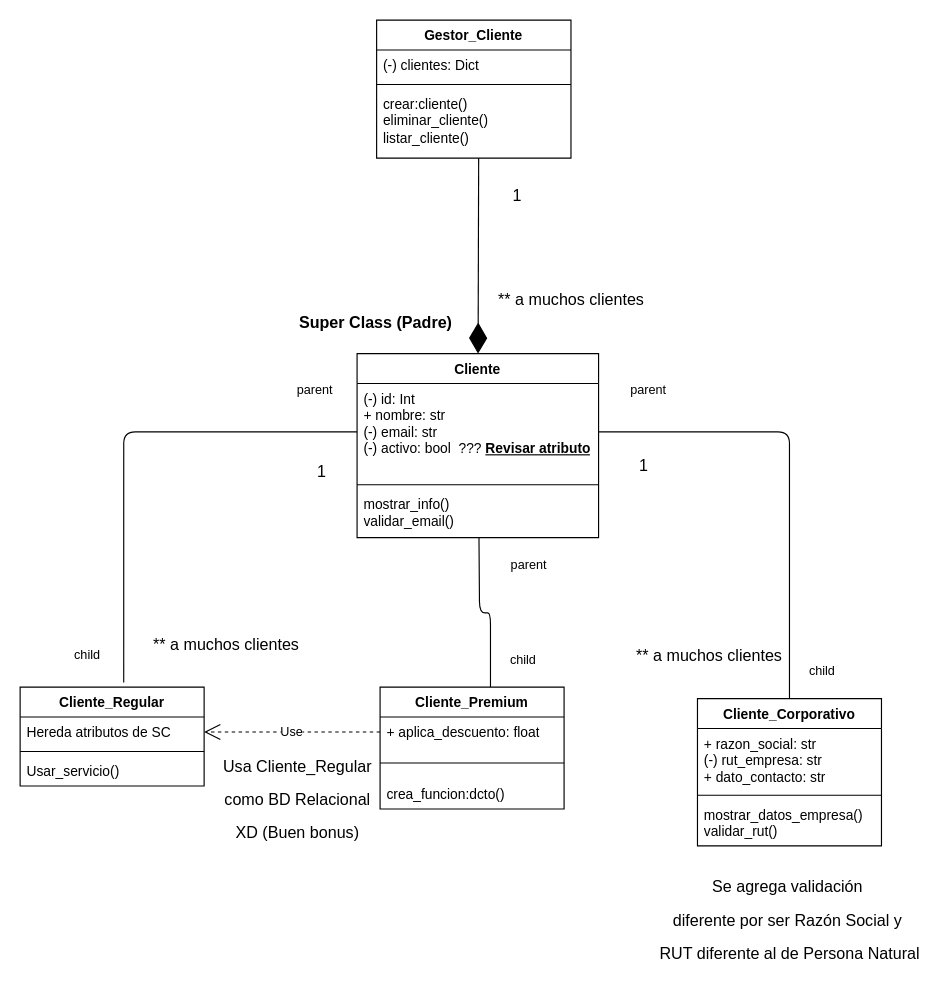
Auditor2003/Proyecto_Modulo_4_ABP keeps this draw.io diagram as UML_ABP_4.drawio. Above is the earlier version. Source tidied: cells renumbered, new cells numbered last; positions are measured from the earlier drawing's top-left corner, leaving out a move shared by most shapes. Both pictures are drawn from the tidied source at 115%, with x=0, y=0 at pixel (20, 20).
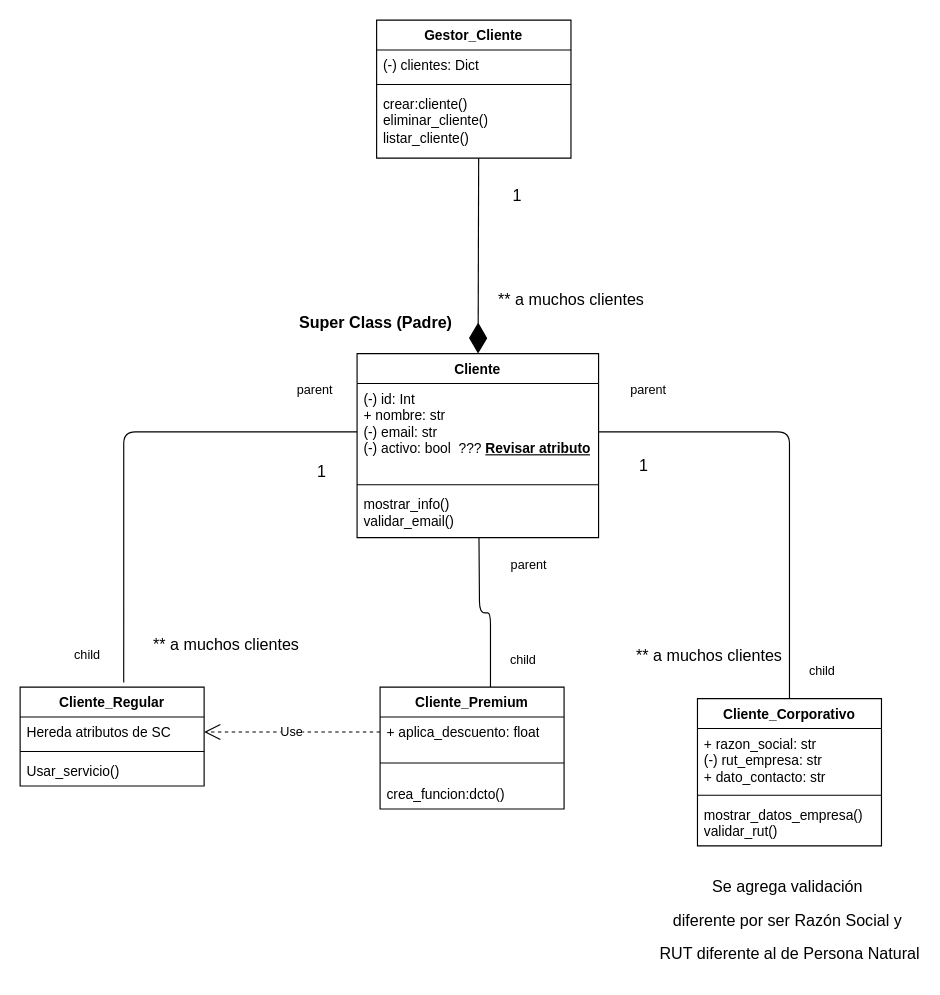
After the change.

Commit message:
Elimina cuadro de texto entre subclases

Change to the diagram source:
```diff
@@
-    <mxCell id="41" value="&lt;font style=&quot;font-weight: normal; font-size: 14px;&quot;&gt;Usa Cliente_Regular&lt;/font&gt;&lt;div&gt;&lt;font style=&quot;font-weight: normal; font-size: 14px;&quot;&gt;como BD Relacional&lt;/font&gt;&lt;/div&gt;&lt;div&gt;&lt;font style=&quot;font-weight: normal; font-size: 14px;&quot;&gt;XD (Buen bonus)&lt;/font&gt;&lt;/div&gt;" style="text;strokeColor=none;fillColor=none;html=1;fontSize=24;fontStyle=1;verticalAlign=middle;align=center;rotation=0;" parent="1" vertex="1">
-      <mxGeometry x="171" y="640" width="139" height="70" as="geometry" />
-    </mxCell>
```
